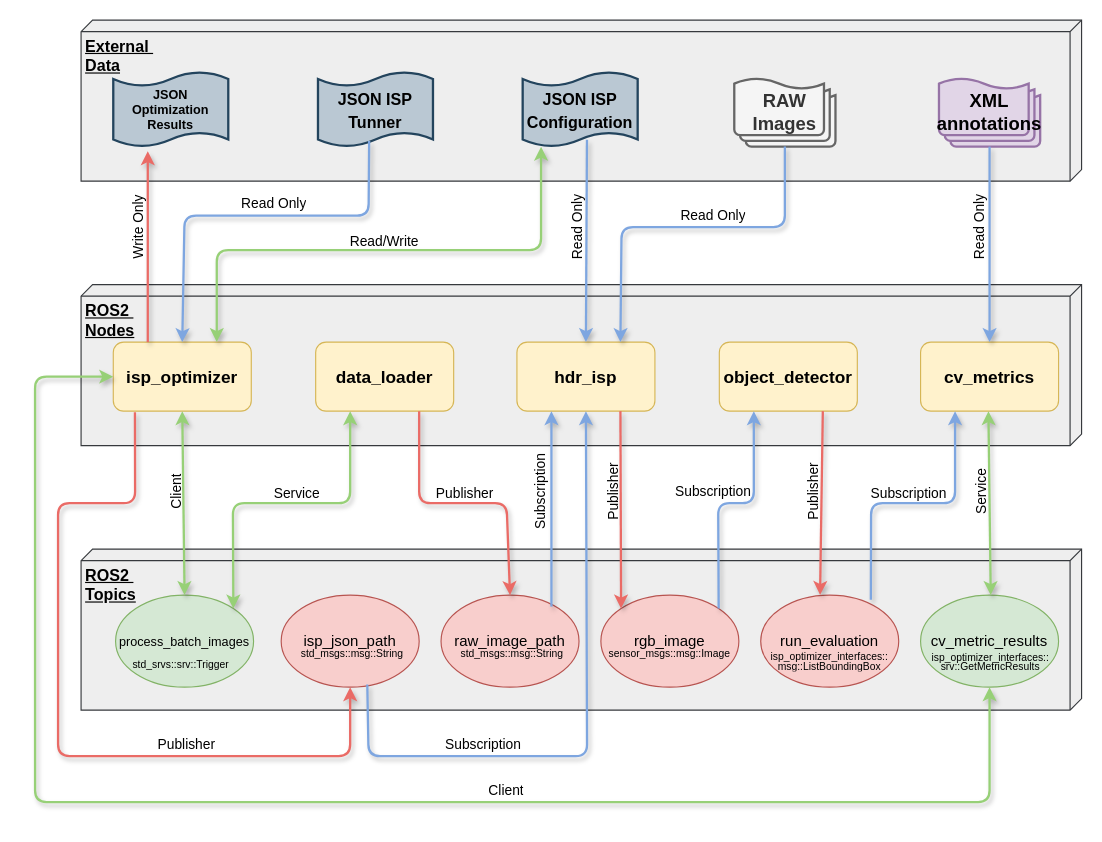
Above: page "Computation Graph" (2 of 2) of docs/project_architecture.drawio in rachidboukiruab/isp_optimizer (draw.io), before the change. Source tidied: cells renumbered, new cells numbered last; positions are measured from the earlier drawing's top-left corner, leaving out a move shared by most shapes. Both pictures are drawn from the tidied source at 115%, with x=0, y=0 at pixel (34, 20).
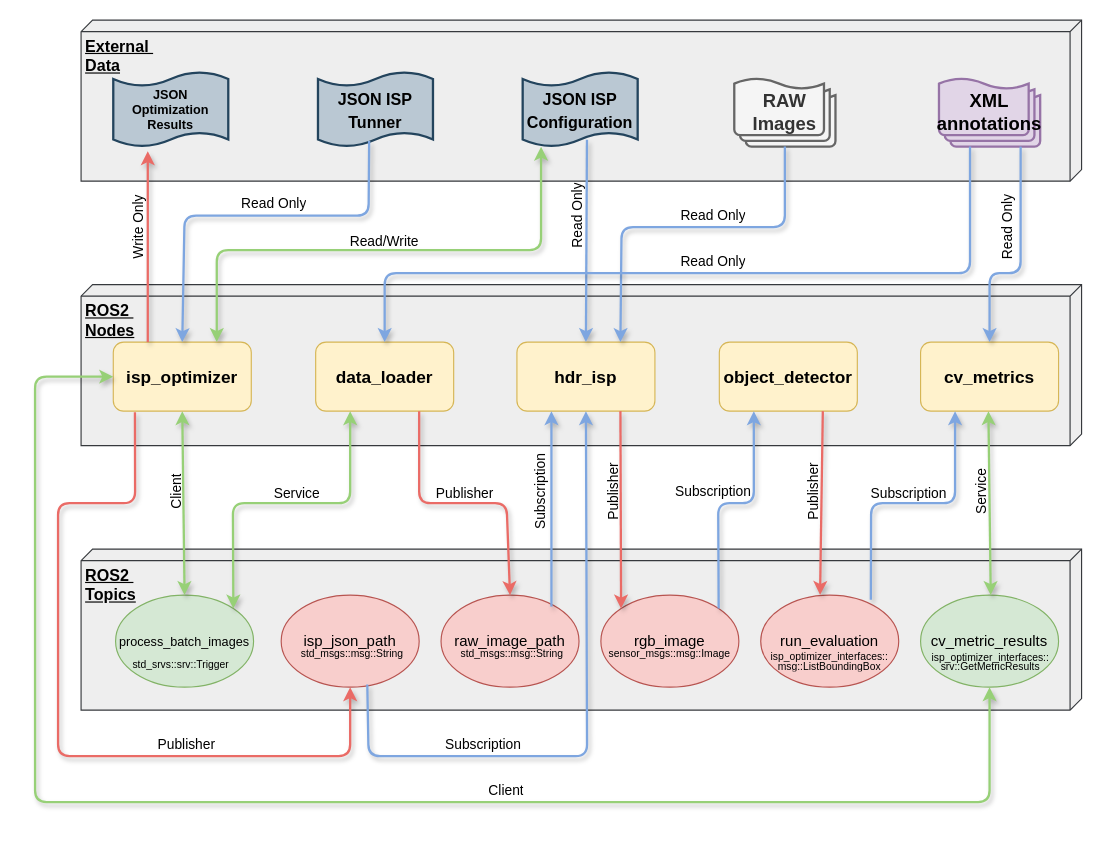
After the change.

Unchanged cells that the change refers to:
```xml
<mxCell id="10" value="cv_metrics" style="rounded=1;whiteSpace=wrap;html=1;fillColor=#fff2cc;strokeColor=#d6b656;fontStyle=1;fontSize=15;flipV=1;" parent="1" vertex="1">
  <mxGeometry x="770" y="280" width="120" height="60" as="geometry" />
</mxCell>
<mxCell id="13" value="data_loader" style="rounded=1;whiteSpace=wrap;html=1;fillColor=#fff2cc;strokeColor=#d6b656;fontStyle=1;fontSize=15;flipV=1;" parent="1" vertex="1">
  <mxGeometry x="244" y="280" width="120" height="60" as="geometry" />
</mxCell>
<mxCell id="17" value="&lt;h1 style=&quot;font-size: 16px;&quot;&gt;&lt;font style=&quot;font-size: 16px;&quot;&gt;XML annotations&lt;br&gt;&lt;/font&gt;&lt;/h1&gt;" style="strokeWidth=2;html=1;shape=mxgraph.flowchart.multi-document;whiteSpace=wrap;fillColor=#e1d5e7;strokeColor=#9673a6;flipV=1;" parent="1" vertex="1">
  <mxGeometry x="786" y="50" width="88" height="60" as="geometry" />
</mxCell>
```

The edit, as a diff of the source:
```diff
@@
-    <mxCell id="26" style="endArrow=classic;html=1;rounded=1;entryX=0.5;entryY=0;entryDx=0;entryDy=0;exitX=0.5;exitY=0;exitDx=0;exitDy=0;exitPerimeter=0;curved=0;shadow=1;strokeWidth=2;strokeColor=#7EA6E0;" parent="1" edge="1" source="17" target="10">
-      <mxGeometry relative="1" as="geometry" />
+    <mxCell id="26" style="endArrow=classic;html=1;rounded=1;entryX=0.5;entryY=0;entryDx=0;entryDy=0;exitX=0.807;exitY=0;exitDx=0;exitDy=0;exitPerimeter=0;curved=0;shadow=1;strokeWidth=2;strokeColor=#7EA6E0;" parent="1" edge="1" source="17" target="10">
+      <mxGeometry relative="1" as="geometry">
+        <Array as="points">
+          <mxPoint x="857" y="220" />
+          <mxPoint x="830" y="220" />
+        </Array>
+      </mxGeometry>
     </mxCell>
@@
     <mxCell id="59" value="Read Only" style="text;html=1;strokeColor=none;fillColor=none;align=center;verticalAlign=middle;whiteSpace=wrap;overflow=hidden;rotation=-90;" parent="1" vertex="1">
-      <mxGeometry x="432" y="170" width="80" height="20" as="geometry" />
+      <mxGeometry x="432" y="160" width="80" height="20" as="geometry" />
     </mxCell>
@@
     <mxCell id="61" value="Read Only" style="text;html=1;strokeColor=none;fillColor=none;align=center;verticalAlign=middle;whiteSpace=wrap;overflow=hidden;rotation=-90;" parent="1" vertex="1">
-      <mxGeometry x="782" y="170" width="80" height="20" as="geometry" />
+      <mxGeometry x="806" y="170" width="80" height="20" as="geometry" />
     </mxCell>
@@
+    <mxCell id="63" style="endArrow=classic;html=1;rounded=1;entryX=0.5;entryY=0;entryDx=0;entryDy=0;exitX=0.5;exitY=0;exitDx=0;exitDy=0;exitPerimeter=0;curved=0;shadow=1;strokeWidth=2;strokeColor=#7EA6E0;" parent="1" edge="1" target="13">
+      <mxGeometry relative="1" as="geometry">
+        <mxPoint x="813" y="110" as="sourcePoint" />
+        <Array as="points">
+          <mxPoint x="813" y="220" />
+          <mxPoint x="304" y="220" />
+        </Array>
+      </mxGeometry>
+    </mxCell>
+    <mxCell id="64" value="Read Only" style="text;html=1;strokeColor=none;fillColor=none;align=center;verticalAlign=middle;whiteSpace=wrap;overflow=hidden;rotation=0;" parent="1" vertex="1">
+      <mxGeometry x="550" y="200" width="80" height="20" as="geometry" />
+    </mxCell>
```
